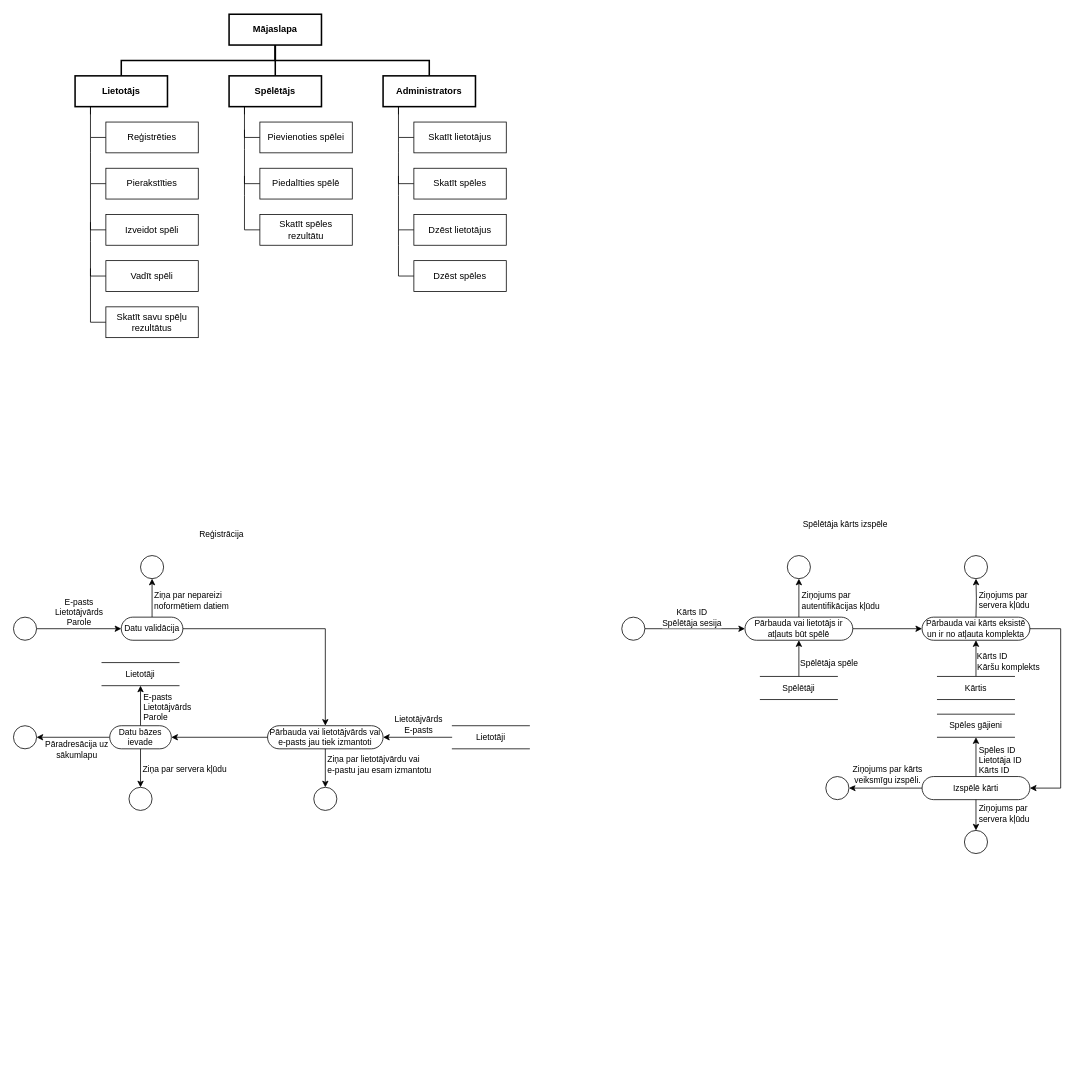
This is dokumentacija/Dekompozicija.drawio from Edgars-P/RVT-Projekts-CardGame, a draw.io file, before an edit. Source tidied: cells renumbered, new cells numbered last; positions are measured from the earlier drawing's top-left corner, leaving out a move shared by most shapes. Both pictures are drawn from the tidied source at 77%, with x=0, y=0 at pixel (13, 14).
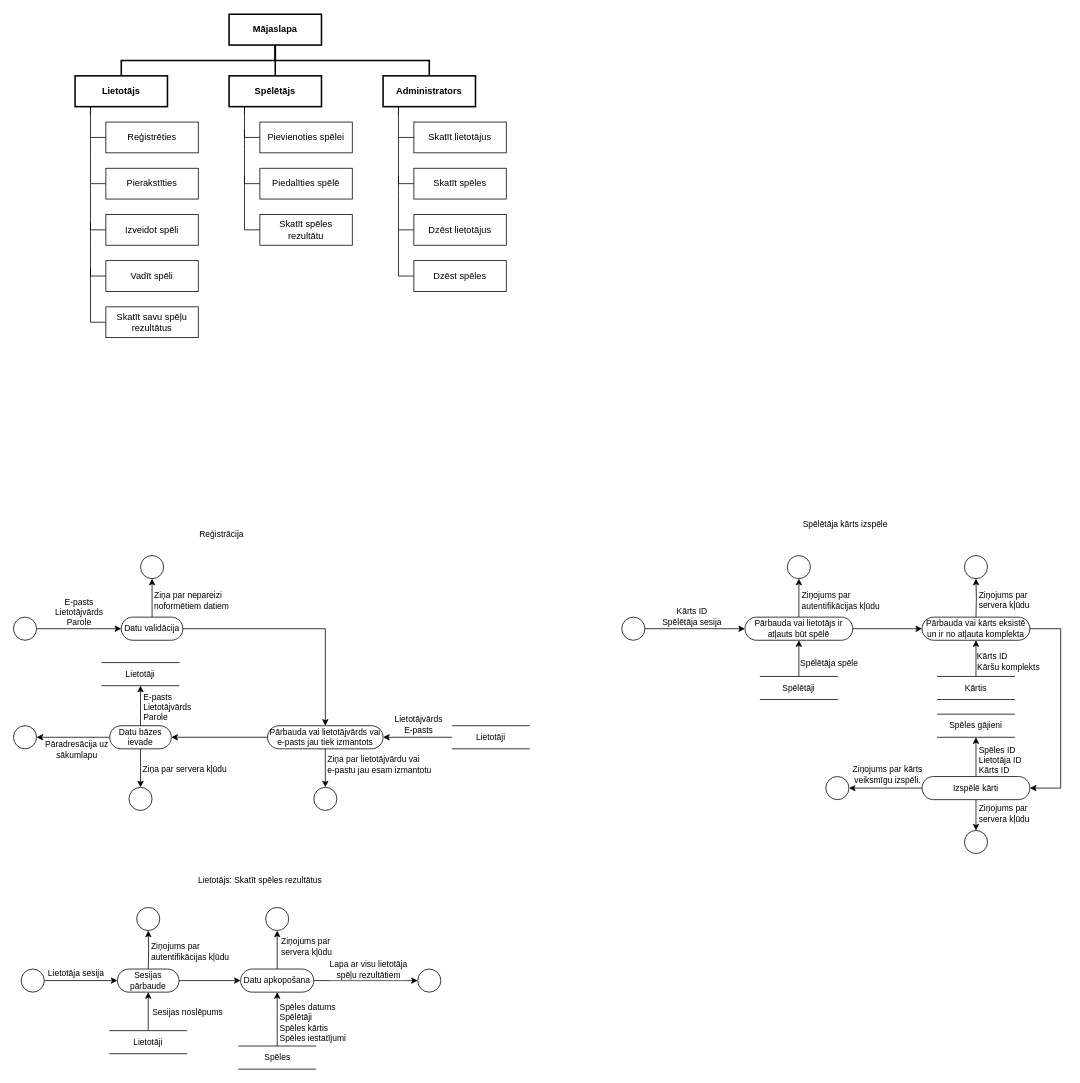
After the change.

The change refers to these unchanged cells:
```xml
<mxCell id="60" style="edgeStyle=orthogonalEdgeStyle;shape=connector;rounded=0;jettySize=auto;html=1;labelBackgroundColor=default;strokeColor=default;align=center;verticalAlign=middle;fontFamily=Helvetica;fontSize=11;fontColor=default;endArrow=classic;endFill=1;" parent="1" edge="1" source="62" target="66">
  <mxGeometry relative="1" as="geometry" />
</mxCell>
```

The edit, as a diff of the source:
```diff
@@
-    <mxCell id="41" value="Pārbauda vai lietotājvārds vai e-pasts jau tiek izmantoti" style="html=1;dashed=0;whiteSpace=wrap;shape=mxgraph.dfd.start;fontFamily=Helvetica;fontSize=11;fontColor=default;" parent="1" vertex="1">
+    <mxCell id="41" value="Pārbauda vai lietotājvārds vai e-pasts jau tiek izmantots" style="html=1;dashed=0;whiteSpace=wrap;shape=mxgraph.dfd.start;fontFamily=Helvetica;fontSize=11;fontColor=default;" parent="1" vertex="1">
       <mxGeometry x="330" y="924" width="150" height="30" as="geometry" />
     </mxCell>
@@
     <mxCell id="61" value="Kārts ID&lt;br&gt;Spēlētāja sesija" style="edgeLabel;html=1;align=center;verticalAlign=middle;fontSize=11;fontFamily=Helvetica;fontColor=default;" parent="60" vertex="1">
       <mxGeometry x="0.09" y="-1" relative="1" as="geometry">
-        <mxPoint x="-11" y="-16" as="offset" />
+        <mxPoint x="-11" y="-17" as="offset" />
       </mxGeometry>
     </mxCell>
@@
+    <mxCell id="91" value="Lietotājs: Skatīt spēles rezultātus" style="text;html=1;align=center;verticalAlign=middle;strokeColor=none;fillColor=none;fontSize=11;fontFamily=Helvetica;fontColor=default;" parent="1" vertex="1">
+      <mxGeometry x="230" y="1110" width="180" height="30" as="geometry" />
+    </mxCell>
+    <mxCell id="92" style="edgeStyle=orthogonalEdgeStyle;shape=connector;rounded=0;jettySize=auto;html=1;labelBackgroundColor=default;strokeColor=default;align=center;verticalAlign=middle;fontFamily=Helvetica;fontSize=11;fontColor=default;endArrow=classic;endFill=1;" parent="1" edge="1" source="94" target="96">
+      <mxGeometry relative="1" as="geometry" />
+    </mxCell>
+    <mxCell id="93" value="Lietotāja sesija" style="edgeLabel;html=1;align=center;verticalAlign=middle;fontSize=11;fontFamily=Helvetica;fontColor=default;" parent="92" vertex="1">
+      <mxGeometry x="-0.06" relative="1" as="geometry">
+        <mxPoint x="-5" y="-10" as="offset" />
+      </mxGeometry>
+    </mxCell>
+    <mxCell id="94" style="shape=ellipse;html=1;dashed=0;whiteSpace=wrap;perimeter=ellipsePerimeter;fontFamily=Helvetica;fontSize=11;fontColor=default;" parent="1" vertex="1">
+      <mxGeometry x="10" y="1240" width="30" height="30" as="geometry" />
+    </mxCell>
+    <mxCell id="95" style="edgeStyle=orthogonalEdgeStyle;shape=connector;rounded=0;jettySize=auto;html=1;labelBackgroundColor=default;strokeColor=default;align=center;verticalAlign=middle;fontFamily=Helvetica;fontSize=11;fontColor=default;endArrow=classic;endFill=1;" parent="1" edge="1" source="96" target="107">
+      <mxGeometry relative="1" as="geometry" />
+    </mxCell>
+    <mxCell id="96" value="Sesijas pārbaude" style="html=1;dashed=0;whiteSpace=wrap;shape=mxgraph.dfd.start;fontFamily=Helvetica;fontSize=11;fontColor=default;" parent="1" vertex="1">
+      <mxGeometry x="135" y="1240" width="80" height="30" as="geometry" />
+    </mxCell>
+    <mxCell id="97" style="edgeStyle=orthogonalEdgeStyle;shape=connector;rounded=0;jettySize=auto;html=1;labelBackgroundColor=default;strokeColor=default;align=center;verticalAlign=middle;fontFamily=Helvetica;fontSize=11;fontColor=default;endArrow=classic;endFill=1;" parent="1" edge="1" source="99" target="96">
+      <mxGeometry relative="1" as="geometry" />
+    </mxCell>
+    <mxCell id="98" value="Sesijas noslēpums" style="edgeLabel;html=1;align=center;verticalAlign=middle;fontSize=11;fontFamily=Helvetica;fontColor=default;" parent="97" vertex="1">
+      <mxGeometry x="-0.02" relative="1" as="geometry">
+        <mxPoint x="50" as="offset" />
+      </mxGeometry>
+    </mxCell>
+    <mxCell id="99" value="Lietotāji" style="html=1;dashed=0;whiteSpace=wrap;shape=partialRectangle;right=0;left=0;fontFamily=Helvetica;fontSize=11;fontColor=default;" parent="1" vertex="1">
+      <mxGeometry x="125" y="1320" width="100" height="30" as="geometry" />
+    </mxCell>
+    <mxCell id="100" style="edgeStyle=orthogonalEdgeStyle;shape=connector;rounded=0;jettySize=auto;html=1;labelBackgroundColor=default;strokeColor=default;align=center;verticalAlign=middle;fontFamily=Helvetica;fontSize=11;fontColor=default;endArrow=classic;endFill=1;" parent="1" edge="1" target="102">
+      <mxGeometry relative="1" as="geometry">
+        <mxPoint x="175" y="1240" as="sourcePoint" />
+      </mxGeometry>
+    </mxCell>
+    <mxCell id="101" value="&lt;div align=&quot;left&quot;&gt;Ziņojums par &lt;br&gt;autentifikācijas kļūdu&lt;br&gt;&lt;/div&gt;" style="edgeLabel;html=1;align=left;verticalAlign=middle;fontSize=11;fontFamily=Helvetica;fontColor=default;" parent="100" vertex="1">
+      <mxGeometry x="0.05" y="2" relative="1" as="geometry">
+        <mxPoint x="4" y="4" as="offset" />
+      </mxGeometry>
+    </mxCell>
+    <mxCell id="102" style="shape=ellipse;html=1;dashed=0;whiteSpace=wrap;perimeter=ellipsePerimeter;fontFamily=Helvetica;fontSize=11;fontColor=default;" parent="1" vertex="1">
+      <mxGeometry x="160" y="1160" width="30" height="30" as="geometry" />
+    </mxCell>
+    <mxCell id="103" style="edgeStyle=orthogonalEdgeStyle;shape=connector;rounded=0;jettySize=auto;html=1;labelBackgroundColor=default;strokeColor=default;align=center;verticalAlign=middle;fontFamily=Helvetica;fontSize=11;fontColor=default;endArrow=classic;endFill=1;" parent="1" edge="1" source="107" target="108">
+      <mxGeometry relative="1" as="geometry" />
+    </mxCell>
+    <mxCell id="104" value="&lt;div align=&quot;left&quot;&gt;Ziņojums par &lt;br&gt;servera kļūdu&lt;/div&gt;" style="edgeLabel;html=1;align=left;verticalAlign=middle;fontSize=11;fontFamily=Helvetica;fontColor=default;" parent="103" vertex="1">
+      <mxGeometry x="-0.39" y="-1" relative="1" as="geometry">
+        <mxPoint x="2" y="-15" as="offset" />
+      </mxGeometry>
+    </mxCell>
+    <mxCell id="105" style="edgeStyle=orthogonalEdgeStyle;shape=connector;rounded=0;jettySize=auto;html=1;labelBackgroundColor=default;strokeColor=default;align=center;verticalAlign=middle;fontFamily=Helvetica;fontSize=11;fontColor=default;endArrow=classic;endFill=1;" parent="1" edge="1" source="107" target="109">
+      <mxGeometry relative="1" as="geometry" />
+    </mxCell>
+    <mxCell id="106" value="Lapa ar visu lietotāja &lt;br&gt;spēļu rezultātiem" style="edgeLabel;html=1;align=center;verticalAlign=middle;fontSize=11;fontFamily=Helvetica;fontColor=default;" parent="105" vertex="1">
+      <mxGeometry x="-0.1" y="-1" relative="1" as="geometry">
+        <mxPoint x="9" y="-16" as="offset" />
+      </mxGeometry>
+    </mxCell>
+    <mxCell id="107" value="Datu apkopošana" style="html=1;dashed=0;whiteSpace=wrap;shape=mxgraph.dfd.start;fontFamily=Helvetica;fontSize=11;fontColor=default;" parent="1" vertex="1">
+      <mxGeometry x="295" y="1240" width="95" height="30" as="geometry" />
+    </mxCell>
+    <mxCell id="108" style="shape=ellipse;html=1;dashed=0;whiteSpace=wrap;perimeter=ellipsePerimeter;fontFamily=Helvetica;fontSize=11;fontColor=default;" parent="1" vertex="1">
+      <mxGeometry x="327.5" y="1160" width="30" height="30" as="geometry" />
+    </mxCell>
+    <mxCell id="109" style="shape=ellipse;html=1;dashed=0;whiteSpace=wrap;perimeter=ellipsePerimeter;fontFamily=Helvetica;fontSize=11;fontColor=default;" parent="1" vertex="1">
+      <mxGeometry x="525" y="1240" width="30" height="30" as="geometry" />
+    </mxCell>
+    <mxCell id="110" style="edgeStyle=orthogonalEdgeStyle;shape=connector;rounded=0;jettySize=auto;html=1;labelBackgroundColor=default;strokeColor=default;align=center;verticalAlign=middle;fontFamily=Helvetica;fontSize=11;fontColor=default;endArrow=classic;endFill=1;" parent="1" edge="1" source="112" target="107">
+      <mxGeometry relative="1" as="geometry" />
+    </mxCell>
+    <mxCell id="111" value="&lt;div align=&quot;left&quot;&gt;Spēles datums&lt;br&gt;Spēlētāji&lt;br&gt;Spēles kārtis&lt;br&gt;&lt;/div&gt;Spēles iestatījumi" style="edgeLabel;html=1;align=left;verticalAlign=middle;fontSize=11;fontFamily=Helvetica;fontColor=default;" parent="110" vertex="1">
+      <mxGeometry x="0.27" relative="1" as="geometry">
+        <mxPoint x="1" y="13" as="offset" />
+      </mxGeometry>
+    </mxCell>
+    <mxCell id="112" value="Spēles" style="html=1;dashed=0;whiteSpace=wrap;shape=partialRectangle;right=0;left=0;fontFamily=Helvetica;fontSize=11;fontColor=default;" parent="1" vertex="1">
+      <mxGeometry x="292.5" y="1340" width="100" height="30" as="geometry" />
+    </mxCell>
```
